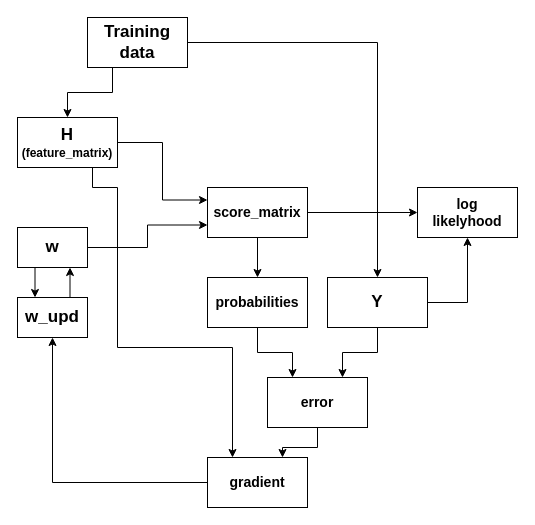
Before: c3mod4assignment/gradient_ascent_flow_L2.drawio in evert823/evert823_work_coursera, a draw.io diagram. Source tidied: cells renumbered, new cells numbered last; positions are measured from the earlier drawing's top-left corner, leaving out a move shared by most shapes. Both pictures are drawn from the tidied source at 100%, with x=0, y=0 at pixel (17, 17).
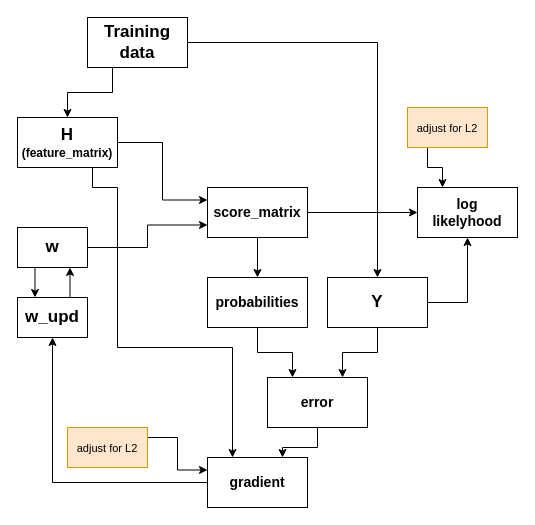
The same page after the edit.

The change refers to these unchanged cells:
```xml
<mxCell id="22" value="gradient" style="rounded=0;whiteSpace=wrap;html=1;fontStyle=1;fontSize=14;" parent="1" vertex="1">
  <mxGeometry x="190" y="440" width="100" height="50" as="geometry" />
</mxCell>
<mxCell id="23" value="log&lt;div&gt;likelyhood&lt;/div&gt;" style="rounded=0;whiteSpace=wrap;html=1;fontStyle=1;fontSize=14;" parent="1" vertex="1">
  <mxGeometry x="400" y="170" width="100" height="50" as="geometry" />
</mxCell>
```

What changed in the source:
```diff
@@
+    <mxCell id="26" style="edgeStyle=orthogonalEdgeStyle;rounded=0;jettySize=auto;html=1;exitX=0.25;exitY=1;exitDx=0;exitDy=0;entryX=0.25;entryY=0;entryDx=0;entryDy=0;" parent="1" edge="1" source="27" target="23">
+      <mxGeometry relative="1" as="geometry" />
+    </mxCell>
+    <mxCell id="27" value="&lt;font style=&quot;font-size: 11px; font-weight: normal;&quot;&gt;adjust for L2&lt;/font&gt;" style="rounded=0;whiteSpace=wrap;html=1;fontStyle=1;fontSize=14;fillColor=#ffe6cc;strokeColor=#d79b00;" parent="1" vertex="1">
+      <mxGeometry x="390" y="90" width="80" height="40" as="geometry" />
+    </mxCell>
+    <mxCell id="28" style="edgeStyle=orthogonalEdgeStyle;rounded=0;jettySize=auto;html=1;exitX=1;exitY=0.25;exitDx=0;exitDy=0;entryX=0;entryY=0.25;entryDx=0;entryDy=0;" parent="1" edge="1" source="29" target="22">
+      <mxGeometry relative="1" as="geometry" />
+    </mxCell>
+    <mxCell id="29" value="&lt;font style=&quot;font-size: 11px; font-weight: normal;&quot;&gt;adjust for L2&lt;/font&gt;" style="rounded=0;whiteSpace=wrap;html=1;fontStyle=1;fontSize=14;fillColor=#ffe6cc;strokeColor=#d79b00;" parent="1" vertex="1">
+      <mxGeometry x="50" y="410" width="80" height="40" as="geometry" />
+    </mxCell>
```
